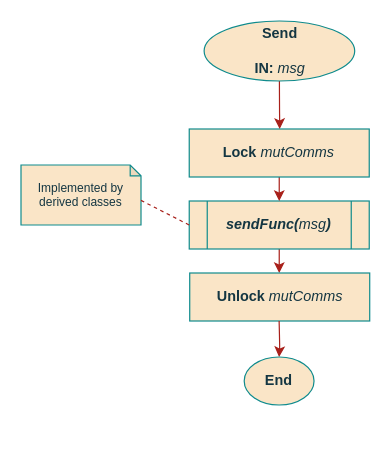
Above: page "send" (6 of 8) of documentation/flowcharts/02Classes/CCommunication.drawio in ESRGgroup9/slipad (draw.io), before the change. Source tidied: cells renumbered, new cells numbered last; positions are measured from the earlier drawing's top-left corner, leaving out a move shared by most shapes. Both pictures are drawn from the tidied source at 120%, with x=0, y=0 at pixel (20, 20).
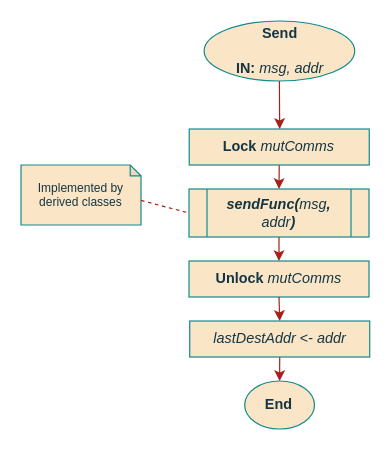
After the change.

What changed in the source:
```diff
@@
 <mxGraphModel>
   <root>
     <mxCell id="0" />
     <mxCell id="1" parent="0" />
     <mxCell id="2" style="edgeStyle=orthogonalEdgeStyle;rounded=1;sketch=0;jettySize=auto;html=1;fontColor=#143642;strokeColor=#A8201A;fillColor=#FAE5C7;" parent="1" edge="1" source="3" target="4">
       <mxGeometry relative="1" as="geometry" />
     </mxCell>
-    <mxCell id="3" value="sendFunc(&lt;span style=&quot;font-weight: normal&quot;&gt;msg&lt;/span&gt;)" style="shape=process;whiteSpace=wrap;html=1;backgroundOutline=1;rounded=0;sketch=0;fontColor=#143642;strokeColor=#0F8B8D;fillColor=#FAE5C7;fontStyle=3;" parent="1" vertex="1">
-      <mxGeometry x="140.2" y="150" width="150" height="40" as="geometry" />
+    <mxCell id="3" value="sendFunc(&lt;span style=&quot;font-weight: normal&quot;&gt;msg&lt;/span&gt;, &lt;span style=&quot;font-weight: normal&quot;&gt;addr&lt;/span&gt;)" style="shape=process;whiteSpace=wrap;html=1;backgroundOutline=1;rounded=0;sketch=0;fontColor=#143642;strokeColor=#0F8B8D;fillColor=#FAE5C7;fontStyle=3;" parent="1" vertex="1">
+      <mxGeometry x="140" y="140" width="150" height="40" as="geometry" />
     </mxCell>
     <mxCell id="4" value="&lt;b&gt;Unlock&lt;/b&gt; &lt;i&gt;mutComms&lt;/i&gt;" style="rounded=0;whiteSpace=wrap;html=1;sketch=0;fontColor=#143642;strokeColor=#0F8B8D;fillColor=#FAE5C7;" parent="1" vertex="1">
-      <mxGeometry x="140.6" y="210" width="150" height="40" as="geometry" />
+      <mxGeometry x="140" y="200" width="150" height="30" as="geometry" />
     </mxCell>
     <mxCell id="5" style="edgeStyle=orthogonalEdgeStyle;rounded=1;jettySize=auto;html=1;exitX=0.5;exitY=1;exitDx=0;exitDy=0;entryX=0.5;entryY=0;entryDx=0;entryDy=0;strokeColor=#A8201A;" parent="1" edge="1" source="6" target="3">
       <mxGeometry relative="1" as="geometry" />
     </mxCell>
     <mxCell id="6" value="&lt;b&gt;Lock&lt;/b&gt; &lt;i&gt;mutComms&lt;/i&gt;" style="rounded=0;whiteSpace=wrap;html=1;sketch=0;fontColor=#143642;strokeColor=#0F8B8D;fillColor=#FAE5C7;" parent="1" vertex="1">
-      <mxGeometry x="140.2" y="90" width="150" height="40" as="geometry" />
+      <mxGeometry x="140.2" y="90" width="150" height="30" as="geometry" />
     </mxCell>
     <mxCell id="7" style="edgeStyle=orthogonalEdgeStyle;curved=0;rounded=1;sketch=0;jettySize=auto;html=1;exitX=0.5;exitY=1;exitDx=0;exitDy=0;entryX=0.5;entryY=0;entryDx=0;entryDy=0;fontColor=#143642;strokeColor=#A8201A;fillColor=#FAE5C7;" parent="1" edge="1" source="8">
       <mxGeometry relative="1" as="geometry">
         <mxPoint x="215.6" y="90" as="targetPoint" />
       </mxGeometry>
     </mxCell>
-    <mxCell id="8" value="&lt;div&gt;Send&lt;/div&gt;&lt;div&gt;&lt;br&gt;&lt;/div&gt;&lt;div&gt;IN: &lt;span style=&quot;font-weight: normal&quot;&gt;&lt;i&gt;msg&lt;/i&gt;&lt;/span&gt;&lt;br&gt;&lt;/div&gt;" style="ellipse;whiteSpace=wrap;html=1;fillColor=#FAE5C7;strokeColor=#0F8B8D;fontColor=#143642;fontStyle=1;" parent="1" vertex="1">
+    <mxCell id="8" value="&lt;div&gt;Send&lt;/div&gt;&lt;div&gt;&lt;br&gt;&lt;/div&gt;&lt;div&gt;IN: &lt;span style=&quot;font-weight: normal&quot;&gt;&lt;i&gt;msg, addr&lt;/i&gt;&lt;/span&gt;&lt;br&gt;&lt;/div&gt;" style="ellipse;whiteSpace=wrap;html=1;fillColor=#FAE5C7;strokeColor=#0F8B8D;fontColor=#143642;fontStyle=1;" parent="1" vertex="1">
       <mxGeometry x="152.6" width="125.5" height="50" as="geometry" />
     </mxCell>
-    <mxCell id="9" style="edgeStyle=orthogonalEdgeStyle;rounded=1;jettySize=auto;html=1;exitX=0.5;exitY=1;exitDx=0;exitDy=0;strokeColor=#A8201A;" parent="1" edge="1" target="10">
-      <mxGeometry relative="1" as="geometry">
-        <mxPoint x="215.1" y="250" as="sourcePoint" />
-      </mxGeometry>
+    <mxCell id="9" style="edgeStyle=orthogonalEdgeStyle;rounded=1;jettySize=auto;html=1;exitX=0.5;exitY=1;exitDx=0;exitDy=0;strokeColor=#A8201A;entryX=0.5;entryY=0;entryDx=0;entryDy=0;" parent="1" edge="1" source="4" target="14">
+      <mxGeometry relative="1" as="geometry" />
     </mxCell>
     <mxCell id="10" value="End" style="ellipse;whiteSpace=wrap;html=1;fillColor=#FAE5C7;strokeColor=#0F8B8D;fontColor=#143642;fontStyle=1;" parent="1" vertex="1">
-      <mxGeometry x="186" y="280" width="58.2" height="40" as="geometry" />
+      <mxGeometry x="186.4" y="300" width="58.2" height="40" as="geometry" />
     </mxCell>
     <mxCell id="11" value="Implemented by derived classes" style="shape=note;whiteSpace=wrap;html=1;backgroundOutline=1;darkOpacity=0.05;rounded=0;sketch=0;fontColor=#143642;strokeColor=#0F8B8D;fillColor=#FAE5C7;size=9;fontSize=10;" parent="1" vertex="1">
       <mxGeometry y="120" width="100" height="50" as="geometry" />
     </mxCell>
     <mxCell id="12" style="endArrow=none;dashed=1;html=1;rounded=1;sketch=0;fontColor=#143642;strokeColor=#A8201A;fillColor=#FAE5C7;curved=0;exitX=0;exitY=0;exitDx=100;exitDy=29.5;exitPerimeter=0;entryX=0;entryY=0.5;entryDx=0;entryDy=0;" parent="1" edge="1" source="11" target="3">
       <mxGeometry relative="1" as="geometry" />
     </mxCell>
+    <mxCell id="13" style="edgeStyle=orthogonalEdgeStyle;rounded=0;jettySize=auto;html=1;exitX=0.5;exitY=1;exitDx=0;exitDy=0;entryX=0.5;entryY=0;entryDx=0;entryDy=0;strokeColor=#A8201A;" parent="1" edge="1" source="14" target="10">
+      <mxGeometry relative="1" as="geometry" />
+    </mxCell>
+    <mxCell id="14" value="&lt;i&gt;lastDestAddr&lt;/i&gt; &amp;lt;- &lt;i&gt;addr&lt;/i&gt;" style="rounded=0;whiteSpace=wrap;html=1;sketch=0;fontColor=#143642;strokeColor=#0F8B8D;fillColor=#FAE5C7;" parent="1" vertex="1">
+      <mxGeometry x="140.6" y="250" width="150" height="30" as="geometry" />
+    </mxCell>
   </root>
 </mxGraphModel>
```
